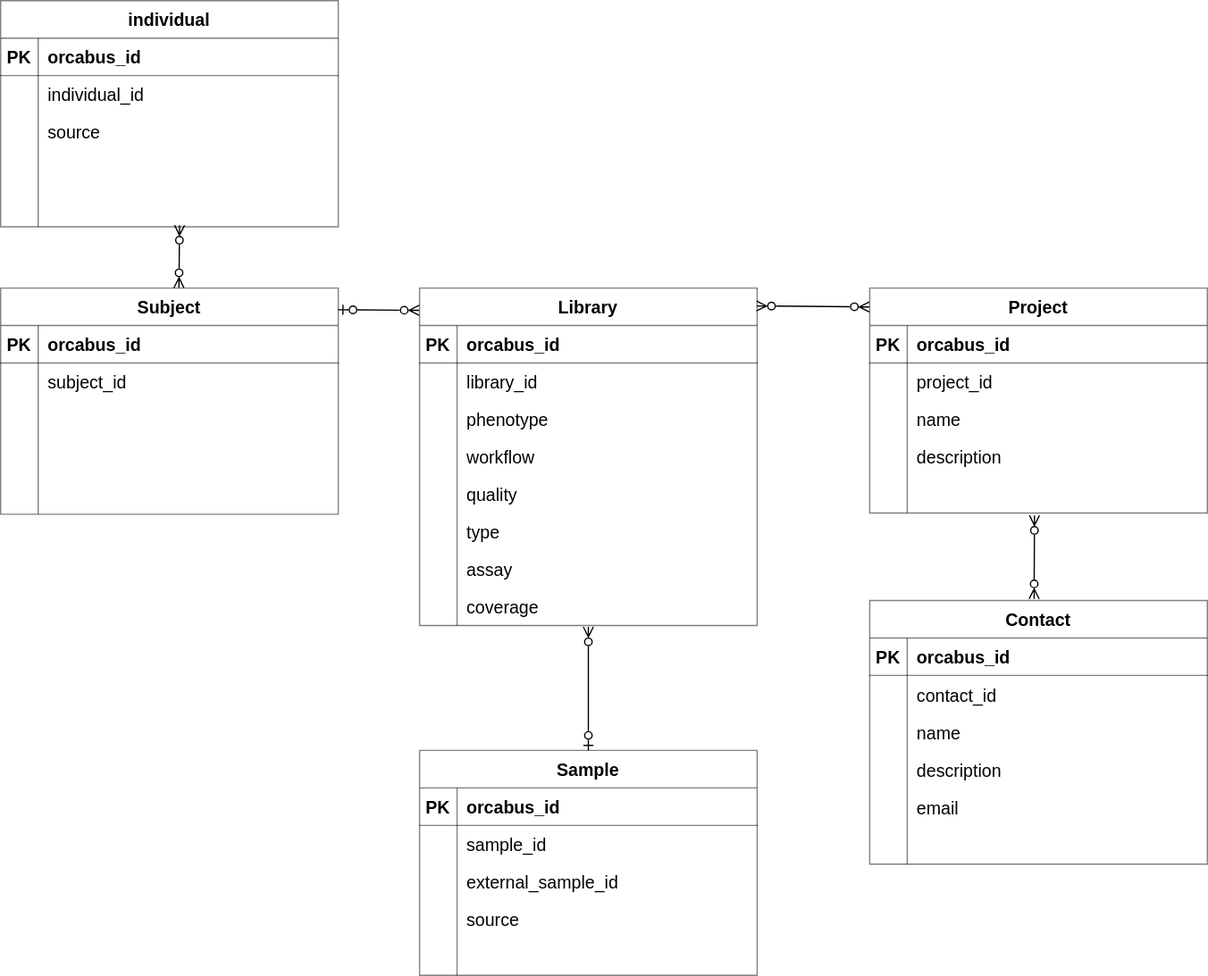
This is lib/workload/stateless/stacks/metadata-manager/docs/schema.drawio.svg from umccr/orcabus, a draw.io export, as it was before one commit. Source tidied: cells renumbered, new cells last; positions are measured from the earlier drawing's top-left corner, leaving out a move shared by most shapes.
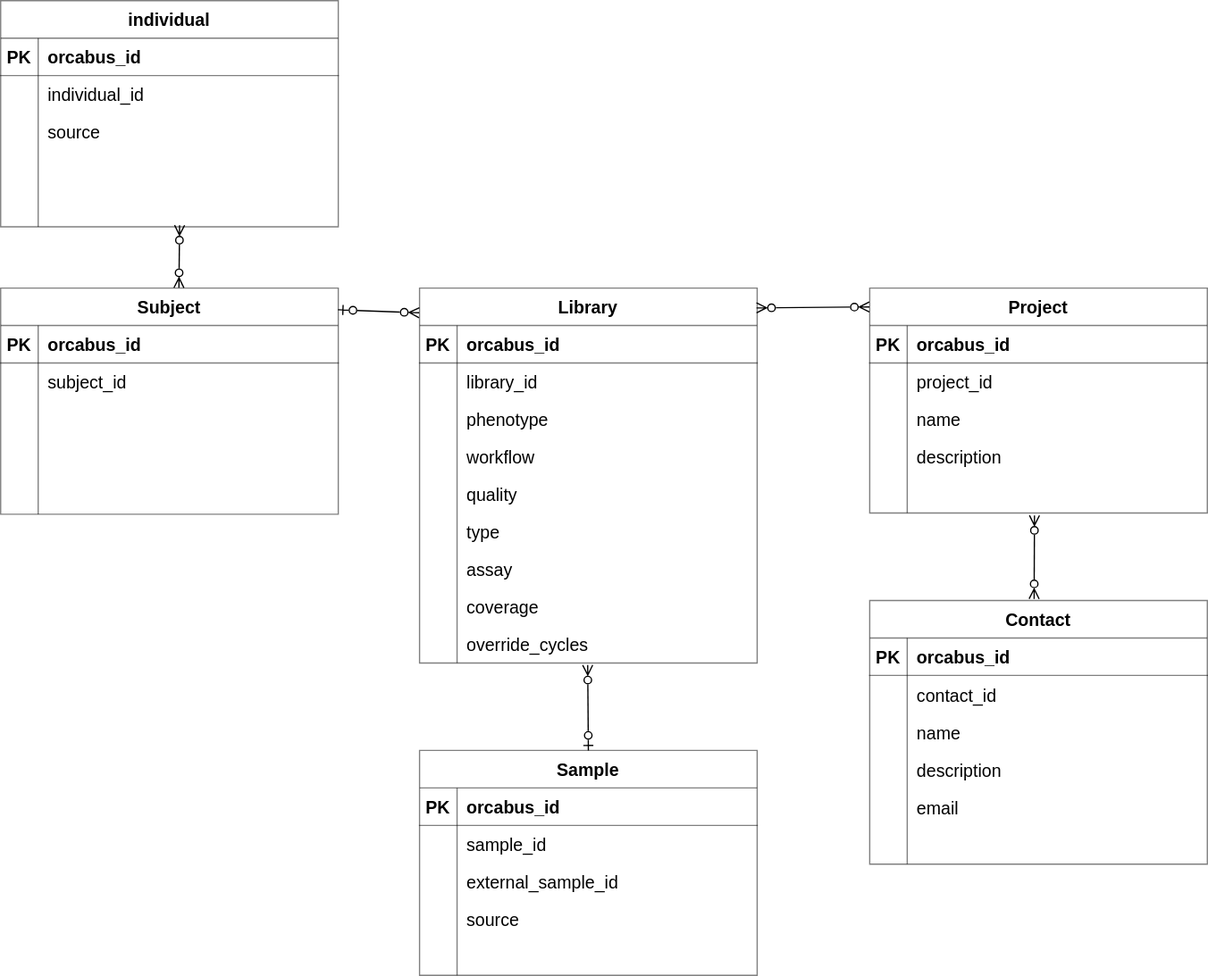
The same file after the commit.

Diff of the diagram source:
```diff
@@ -3,7 +3,7 @@
     <mxCell id="0" />
     <mxCell id="1" parent="0" />
     <mxCell id="2" value="Library" style="shape=table;startSize=30;rowLines=0;fontStyle=1;align=center;fontSize=14;fillColor=none;opacity=50;" parent="1" vertex="1">
-      <mxGeometry x="335" y="230" width="270" height="270" as="geometry" />
+      <mxGeometry x="335" y="230" width="270" height="300" as="geometry" />
     </mxCell>
     <mxCell id="3" style="shape=tableRow;horizontal=0;startSize=0;swimlaneHead=0;swimlaneBody=0;fillColor=none;top=0;left=0;right=0;bottom=1;fontSize=14;opacity=50;" parent="2" vertex="1">
       <mxGeometry y="30" width="270" height="30" as="geometry" />
@@ -77,6 +77,15 @@
     <mxCell id="26" value="coverage" style="shape=partialRectangle;fillColor=none;top=0;left=0;bottom=0;right=0;align=left;spacingLeft=6;overflow=hidden;fontSize=14;opacity=50;" parent="24" vertex="1">
       <mxGeometry x="30" width="240" height="30" as="geometry" />
     </mxCell>
+    <mxCell id="115" style="shape=tableRow;horizontal=0;startSize=0;swimlaneHead=0;swimlaneBody=0;fillColor=none;points=[[0,0.5],[1,0.5]];portConstraint=eastwest;top=0;left=0;right=0;bottom=0;fontSize=14;opacity=50;" parent="2" vertex="1">
+      <mxGeometry y="270" width="270" height="30" as="geometry" />
+    </mxCell>
+    <mxCell id="116" style="shape=partialRectangle;fillColor=none;top=0;left=0;bottom=0;right=0;overflow=hidden;fontSize=14;opacity=50;" parent="115" vertex="1">
+      <mxGeometry width="30" height="30" as="geometry" />
+    </mxCell>
+    <mxCell id="117" value="override_cycles" style="shape=partialRectangle;fillColor=none;top=0;left=0;bottom=0;right=0;align=left;spacingLeft=6;overflow=hidden;fontSize=14;opacity=50;" parent="115" vertex="1">
+      <mxGeometry x="30" width="240" height="30" as="geometry" />
+    </mxCell>
     <mxCell id="27" value="Subject" style="shape=table;startSize=30;rowLines=0;fontStyle=1;align=center;fontSize=14;fillColor=none;opacity=50;" parent="1" vertex="1">
       <mxGeometry y="230" width="270" height="181" as="geometry" />
     </mxCell>
@@ -278,7 +287,7 @@
     <mxCell id="93" style="shape=partialRectangle;fillColor=none;top=0;left=0;bottom=0;right=0;align=left;spacingLeft=6;overflow=hidden;fontSize=14;opacity=50;" parent="91" vertex="1">
       <mxGeometry x="30" width="240" height="30" as="geometry" />
     </mxCell>
-    <mxCell id="94" style="endArrow=ERzeroToMany;html=1;rounded=0;exitX=0.5;exitY=0;exitDx=0;exitDy=0;entryX=0.5;entryY=1.037;entryDx=0;entryDy=0;entryPerimeter=0;endFill=0;startArrow=ERzeroToOne;startFill=0;" parent="1" edge="1" source="43" target="24">
+    <mxCell id="94" style="endArrow=ERzeroToMany;html=1;rounded=0;exitX=0.5;exitY=0;exitDx=0;exitDy=0;entryX=0.498;entryY=1.057;entryDx=0;entryDy=0;entryPerimeter=0;endFill=0;startArrow=ERzeroToOne;startFill=0;" parent="1" edge="1" source="43" target="115">
       <mxGeometry relative="1" as="geometry" />
     </mxCell>
     <mxCell id="95" style="endArrow=ERzeroToMany;html=1;rounded=0;exitX=0.999;exitY=0.096;exitDx=0;exitDy=0;exitPerimeter=0;endFill=0;entryX=-0.001;entryY=0.066;entryDx=0;entryDy=0;entryPerimeter=0;startArrow=ERzeroToOne;startFill=0;" parent="1" edge="1" source="27" target="2">
```
